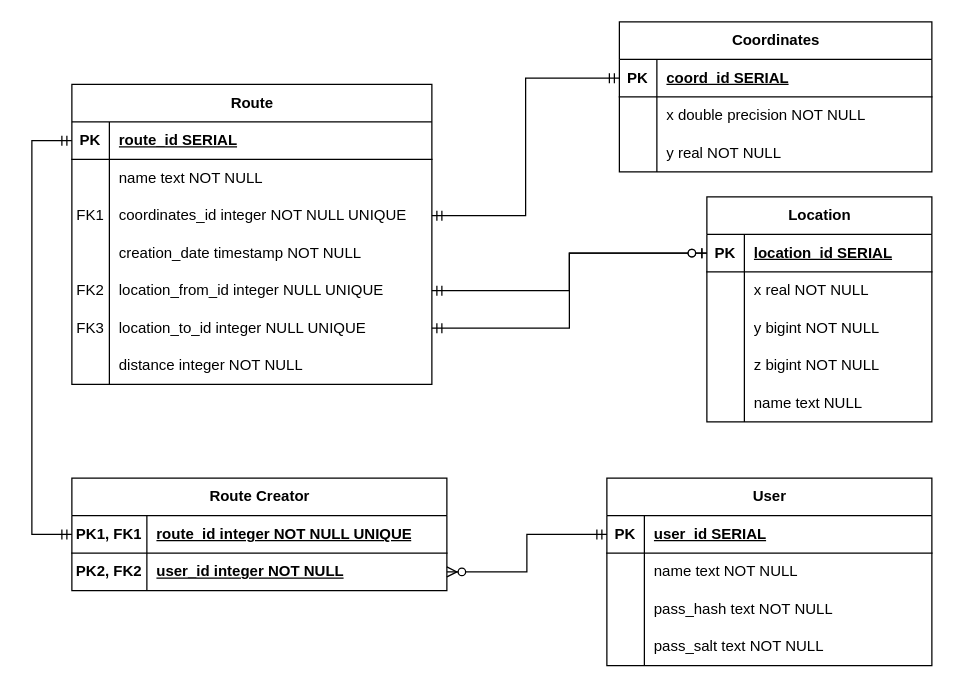
The draw.io diagram diagrams/datalogicalModel.drawio in Zerumi/no8_280523_73637373, before the edit. Source tidied: cells renumbered, new cells numbered last; positions are measured from the earlier drawing's top-left corner, leaving out a move shared by most shapes. Both pictures are drawn from the tidied source at 125%, with x=0, y=0 at pixel (31, 21).
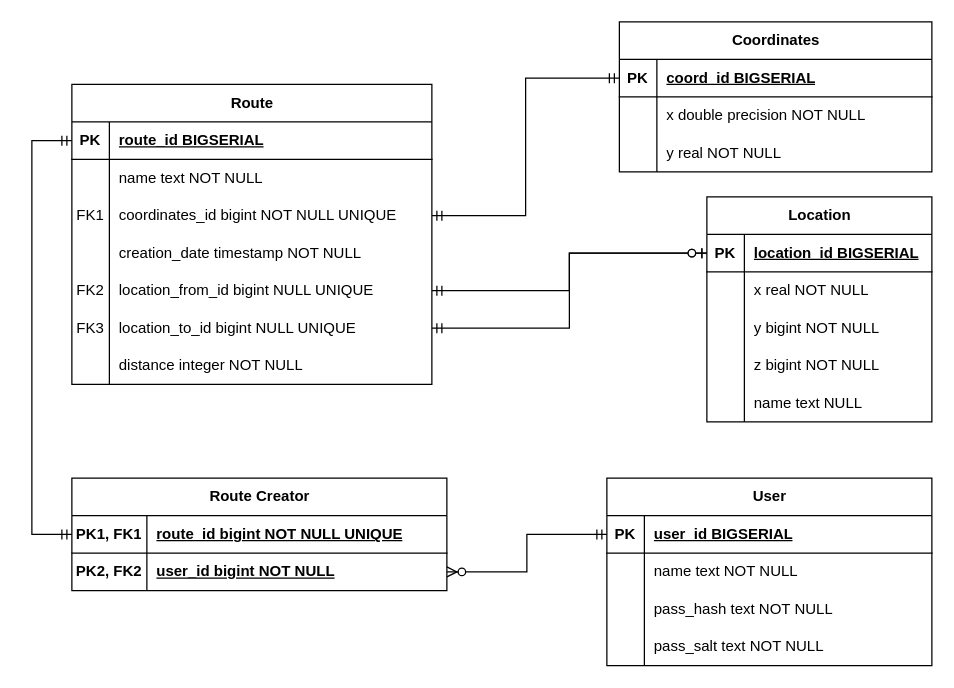
After the change.

Unchanged cells that the change refers to:
```xml
<mxCell id="3" style="shape=tableRow;horizontal=0;startSize=0;swimlaneHead=0;swimlaneBody=0;fillColor=none;points=[[0,0.5],[1,0.5]];portConstraint=eastwest;top=0;left=0;right=0;bottom=1;" parent="2" vertex="1">
  <mxGeometry y="30" width="288" height="30" as="geometry" />
</mxCell>
<mxCell id="9" style="shape=tableRow;horizontal=0;startSize=0;swimlaneHead=0;swimlaneBody=0;fillColor=none;points=[[0,0.5],[1,0.5]];portConstraint=eastwest;top=0;left=0;right=0;bottom=0;" parent="2" vertex="1">
  <mxGeometry y="90" width="288" height="30" as="geometry" />
</mxCell>
<mxCell id="15" style="shape=tableRow;horizontal=0;startSize=0;swimlaneHead=0;swimlaneBody=0;fillColor=none;points=[[0,0.5],[1,0.5]];portConstraint=eastwest;top=0;left=0;right=0;bottom=0;" parent="2" vertex="1">
  <mxGeometry y="150" width="288" height="30" as="geometry" />
</mxCell>
<mxCell id="18" style="shape=tableRow;horizontal=0;startSize=0;swimlaneHead=0;swimlaneBody=0;fillColor=none;points=[[0,0.5],[1,0.5]];portConstraint=eastwest;top=0;left=0;right=0;bottom=0;" parent="2" vertex="1">
  <mxGeometry y="180" width="288" height="30" as="geometry" />
</mxCell>
<mxCell id="25" style="shape=tableRow;horizontal=0;startSize=0;swimlaneHead=0;swimlaneBody=0;fillColor=none;points=[[0,0.5],[1,0.5]];portConstraint=eastwest;top=0;left=0;right=0;bottom=1;" parent="24" vertex="1">
  <mxGeometry y="30" width="180" height="30" as="geometry" />
</mxCell>
<mxCell id="41" style="shape=tableRow;horizontal=0;startSize=0;swimlaneHead=0;swimlaneBody=0;fillColor=none;points=[[0,0.5],[1,0.5]];portConstraint=eastwest;top=0;left=0;right=0;bottom=1;" parent="40" vertex="1">
  <mxGeometry y="30" width="250" height="30" as="geometry" />
</mxCell>
<mxCell id="51" style="shape=tableRow;horizontal=0;startSize=0;swimlaneHead=0;swimlaneBody=0;fillColor=none;points=[[0,0.5],[1,0.5]];portConstraint=eastwest;top=0;left=0;right=0;bottom=1;" parent="50" vertex="1">
  <mxGeometry y="30" width="260" height="30" as="geometry" />
</mxCell>
<mxCell id="64" style="shape=tableRow;horizontal=0;startSize=0;swimlaneHead=0;swimlaneBody=0;fillColor=none;points=[[0,0.5],[1,0.5]];portConstraint=eastwest;top=0;left=0;right=0;bottom=1;" parent="63" vertex="1">
  <mxGeometry y="30" width="300" height="30" as="geometry" />
</mxCell>
<mxCell id="67" style="shape=tableRow;horizontal=0;startSize=0;swimlaneHead=0;swimlaneBody=0;fillColor=none;points=[[0,0.5],[1,0.5]];portConstraint=eastwest;top=0;left=0;right=0;bottom=0;fontStyle=1;" parent="63" vertex="1">
  <mxGeometry y="60" width="300" height="30" as="geometry" />
</mxCell>
```

What changed in the source:
```diff
@@
-    <mxCell id="5" value="route_id SERIAL" style="shape=partialRectangle;fillColor=none;top=0;left=0;bottom=0;right=0;align=left;spacingLeft=6;fontStyle=5;overflow=hidden;whiteSpace=wrap;html=1;" parent="3" vertex="1">
+    <mxCell id="5" value="route_id BIGSERIAL" style="shape=partialRectangle;fillColor=none;top=0;left=0;bottom=0;right=0;align=left;spacingLeft=6;fontStyle=5;overflow=hidden;whiteSpace=wrap;html=1;" parent="3" vertex="1">
       <mxGeometry x="30" width="258" height="30" as="geometry" />
     </mxCell>
@@
-    <mxCell id="11" value="coordinates_id integer NOT NULL UNIQUE" style="shape=partialRectangle;fillColor=none;top=0;left=0;bottom=0;right=0;align=left;spacingLeft=6;overflow=hidden;whiteSpace=wrap;html=1;" parent="9" vertex="1">
+    <mxCell id="11" value="coordinates_id bigint NOT NULL UNIQUE" style="shape=partialRectangle;fillColor=none;top=0;left=0;bottom=0;right=0;align=left;spacingLeft=6;overflow=hidden;whiteSpace=wrap;html=1;" parent="9" vertex="1">
       <mxGeometry x="30" width="258" height="30" as="geometry" />
     </mxCell>
@@
-    <mxCell id="17" value="location_from_id integer NULL UNIQUE" style="shape=partialRectangle;fillColor=none;top=0;left=0;bottom=0;right=0;align=left;spacingLeft=6;overflow=hidden;whiteSpace=wrap;html=1;" parent="15" vertex="1">
+    <mxCell id="17" value="location_from_id bigint NULL UNIQUE" style="shape=partialRectangle;fillColor=none;top=0;left=0;bottom=0;right=0;align=left;spacingLeft=6;overflow=hidden;whiteSpace=wrap;html=1;" parent="15" vertex="1">
       <mxGeometry x="30" width="258" height="30" as="geometry" />
     </mxCell>
@@
-    <mxCell id="20" value="location_to_id&amp;nbsp;integer NULL UNIQUE" style="shape=partialRectangle;fillColor=none;top=0;left=0;bottom=0;right=0;align=left;spacingLeft=6;overflow=hidden;whiteSpace=wrap;html=1;" parent="18" vertex="1">
+    <mxCell id="20" value="location_to_id&amp;nbsp;bigint NULL UNIQUE" style="shape=partialRectangle;fillColor=none;top=0;left=0;bottom=0;right=0;align=left;spacingLeft=6;overflow=hidden;whiteSpace=wrap;html=1;" parent="18" vertex="1">
       <mxGeometry x="30" width="258" height="30" as="geometry" />
     </mxCell>
@@
-    <mxCell id="27" value="location_id SERIAL" style="shape=partialRectangle;fillColor=none;top=0;left=0;bottom=0;right=0;align=left;spacingLeft=6;fontStyle=5;overflow=hidden;whiteSpace=wrap;html=1;" parent="25" vertex="1">
+    <mxCell id="27" value="location_id BIGSERIAL" style="shape=partialRectangle;fillColor=none;top=0;left=0;bottom=0;right=0;align=left;spacingLeft=6;fontStyle=5;overflow=hidden;whiteSpace=wrap;html=1;" parent="25" vertex="1">
       <mxGeometry x="30" width="150" height="30" as="geometry" />
     </mxCell>
@@
-    <mxCell id="43" value="coord_id SERIAL" style="shape=partialRectangle;fillColor=none;top=0;left=0;bottom=0;right=0;align=left;spacingLeft=6;fontStyle=5;overflow=hidden;whiteSpace=wrap;html=1;" parent="41" vertex="1">
+    <mxCell id="43" value="coord_id BIGSERIAL" style="shape=partialRectangle;fillColor=none;top=0;left=0;bottom=0;right=0;align=left;spacingLeft=6;fontStyle=5;overflow=hidden;whiteSpace=wrap;html=1;" parent="41" vertex="1">
       <mxGeometry x="30" width="220" height="30" as="geometry" />
     </mxCell>
@@
-    <mxCell id="53" value="user_id SERIAL" style="shape=partialRectangle;fillColor=none;top=0;left=0;bottom=0;right=0;align=left;spacingLeft=6;fontStyle=5;overflow=hidden;whiteSpace=wrap;html=1;" parent="51" vertex="1">
+    <mxCell id="53" value="user_id BIGSERIAL" style="shape=partialRectangle;fillColor=none;top=0;left=0;bottom=0;right=0;align=left;spacingLeft=6;fontStyle=5;overflow=hidden;whiteSpace=wrap;html=1;" parent="51" vertex="1">
       <mxGeometry x="30" width="230" height="30" as="geometry" />
     </mxCell>
@@
-    <mxCell id="66" value="route_id integer NOT NULL UNIQUE" style="shape=partialRectangle;fillColor=none;top=0;left=0;bottom=0;right=0;align=left;spacingLeft=6;fontStyle=5;overflow=hidden;whiteSpace=wrap;html=1;" parent="64" vertex="1">
+    <mxCell id="66" value="route_id bigint NOT NULL UNIQUE" style="shape=partialRectangle;fillColor=none;top=0;left=0;bottom=0;right=0;align=left;spacingLeft=6;fontStyle=5;overflow=hidden;whiteSpace=wrap;html=1;" parent="64" vertex="1">
       <mxGeometry x="60" width="240" height="30" as="geometry" />
     </mxCell>
@@
-    <mxCell id="69" value="user_id integer NOT NULL" style="shape=partialRectangle;fillColor=none;top=0;left=0;bottom=0;right=0;align=left;spacingLeft=6;overflow=hidden;whiteSpace=wrap;html=1;fontStyle=5;" parent="67" vertex="1">
+    <mxCell id="69" value="user_id bigint NOT NULL" style="shape=partialRectangle;fillColor=none;top=0;left=0;bottom=0;right=0;align=left;spacingLeft=6;overflow=hidden;whiteSpace=wrap;html=1;fontStyle=5;" parent="67" vertex="1">
       <mxGeometry x="60" width="240" height="30" as="geometry" />
     </mxCell>
```
